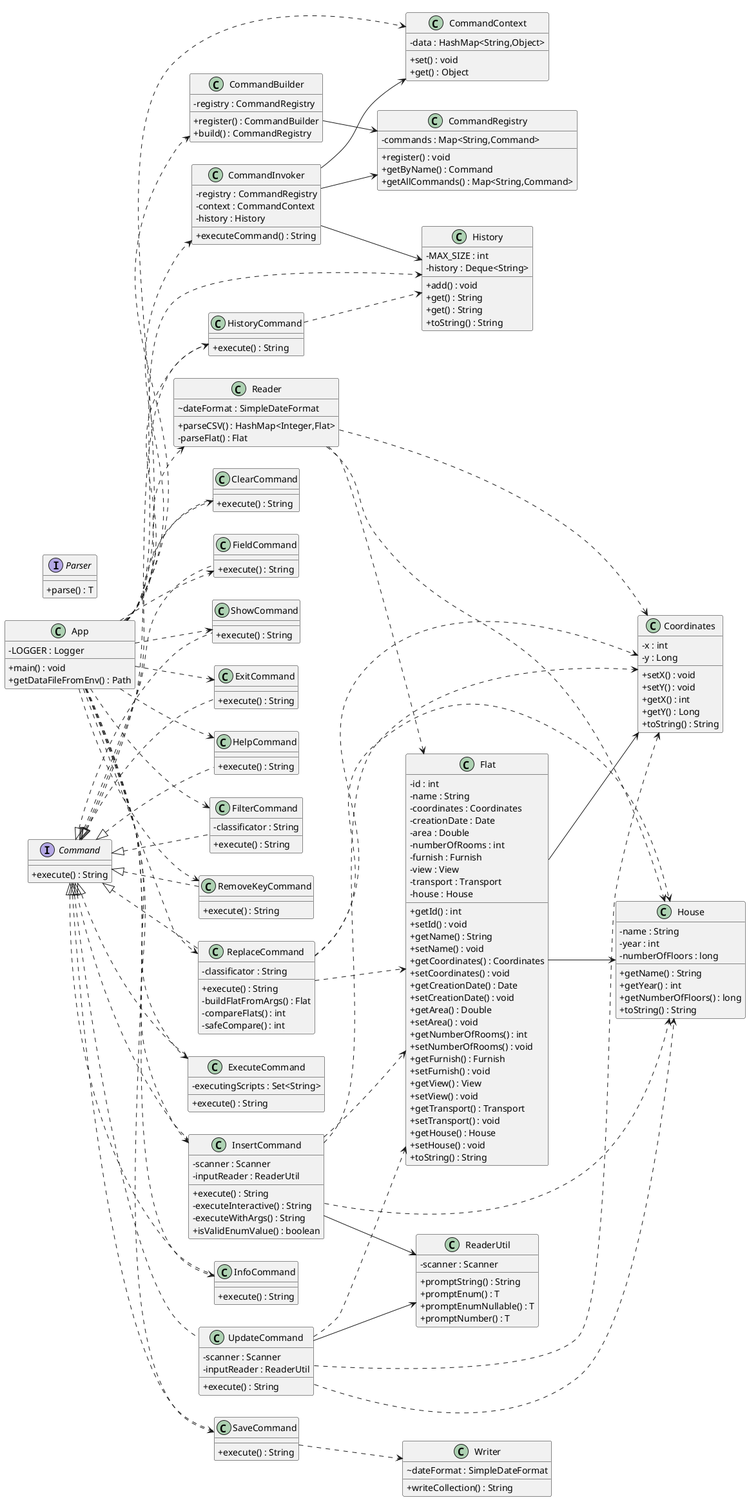
Before: UML.png, a diagram exported from PlantUML (ZueffC/lab5-itmo). Its diagram source:
```plantuml
@startuml
left to right direction
skinparam classAttributeIconSize 0

class App {
  - LOGGER : Logger
  + main() : void
  + getDataFileFromEnv() : Path
}
class CommandContext {
  - data : HashMap<String,Object>
  + set() : void
  + get() : Object
}
class FilterCommand {
  - classificator : String
  + execute() : String
}
Command <|.. FilterCommand
class RemoveKeyCommand {
  + execute() : String
}
Command <|.. RemoveKeyCommand
class Reader {
  ~ dateFormat : SimpleDateFormat
  + parseCSV() : HashMap<Integer,Flat>
  - parseFlat() : Flat
}
class ReaderUtil {
  - scanner : Scanner
  + promptString() : String
  + promptEnum() : T
  + promptEnumNullable() : T
  + promptNumber() : T
}
class History {
  - MAX_SIZE : int
  - history : Deque<String>
  + add() : void
  + get() : String
  + get() : String
  + toString() : String
}
class CommandInvoker {
  - registry : CommandRegistry
  - context : CommandContext
  - history : History
  + executeCommand() : String
}
CommandInvoker --> CommandRegistry
CommandInvoker --> CommandContext
CommandInvoker --> History
class SaveCommand {
  + execute() : String
}
Command <|.. SaveCommand
class InfoCommand {
  + execute() : String
}
Command <|.. InfoCommand
class ClearCommand {
  + execute() : String
}
Command <|.. ClearCommand
class ShowCommand {
  + execute() : String
}
Command <|.. ShowCommand
class FieldCommand {
  + execute() : String
}
Command <|.. FieldCommand
class HistoryCommand {
  + execute() : String
}
Command <|.. HistoryCommand
class CommandRegistry {
  - commands : Map<String,Command>
  + register() : void
  + getByName() : Command
  + getAllCommands() : Map<String,Command>
}
class ExitCommand {
  + execute() : String
}
Command <|.. ExitCommand
class HelpCommand {
  + execute() : String
}
Command <|.. HelpCommand
class Coordinates {
  - x : int
  - y : Long
  + setX() : void
  + setY() : void
  + getX() : int
  + getY() : Long
  + toString() : String
}
class House {
  - name : String
  - year : int
  - numberOfFloors : long
  + getName() : String
  + getYear() : int
  + getNumberOfFloors() : long
  + toString() : String
}
interface Parser {
  + parse() : T
}
interface Command {
  + execute() : String
}
class ExecuteCommand {
  - executingScripts : Set<String>
  + execute() : String
}
Command <|.. ExecuteCommand
class ReplaceCommand {
  - classificator : String
  + execute() : String
  - buildFlatFromArgs() : Flat
  - compareFlats() : int
  - safeCompare() : int
}
Command <|.. ReplaceCommand
class UpdateCommand {
  - scanner : Scanner
  - inputReader : ReaderUtil
  + execute() : String
}
Command <|.. UpdateCommand
UpdateCommand --> ReaderUtil
class Flat {
  - id : int
  - name : String
  - coordinates : Coordinates
  - creationDate : Date
  - area : Double
  - numberOfRooms : int
  - furnish : Furnish
  - view : View
  - transport : Transport
  - house : House
  + getId() : int
  + setId() : void
  + getName() : String
  + setName() : void
  + getCoordinates() : Coordinates
  + setCoordinates() : void
  + getCreationDate() : Date
  + setCreationDate() : void
  + getArea() : Double
  + setArea() : void
  + getNumberOfRooms() : int
  + setNumberOfRooms() : void
  + getFurnish() : Furnish
  + setFurnish() : void
  + getView() : View
  + setView() : void
  + getTransport() : Transport
  + setTransport() : void
  + getHouse() : House
  + setHouse() : void
  + toString() : String
}
Flat --> Coordinates
Flat --> House
class InsertCommand {
  - scanner : Scanner
  - inputReader : ReaderUtil
  + execute() : String
  - executeInteractive() : String
  - executeWithArgs() : String
  + isValidEnumValue() : boolean
}
Command <|.. InsertCommand
InsertCommand --> ReaderUtil
class CommandBuilder {
  - registry : CommandRegistry
  + register() : CommandBuilder
  + build() : CommandRegistry
}
CommandBuilder --> CommandRegistry
class Writer {
  ~ dateFormat : SimpleDateFormat
  + writeCollection() : String
}
UpdateCommand ..> House
App ..> FilterCommand
Reader ..> House
App ..> FieldCommand
InsertCommand ..> Coordinates
Reader ..> Flat
InsertCommand ..> House
App ..> HelpCommand
App ..> ClearCommand
Reader ..> Coordinates
App ..> ExitCommand
App ..> CommandContext
ReplaceCommand ..> Flat
App ..> CommandBuilder
ReplaceCommand ..> Coordinates
App ..> ReplaceCommand
App ..> RemoveKeyCommand
HistoryCommand ..> History
UpdateCommand ..> Flat
App ..> ShowCommand
ReplaceCommand ..> House
App ..> CommandInvoker
SaveCommand ..> Writer
App ..> ExecuteCommand
App ..> Reader
App ..> History
App ..> InfoCommand
App ..> SaveCommand
App ..> HistoryCommand
App ..> InsertCommand
UpdateCommand ..> Coordinates
InsertCommand ..> Flat
@enduml
```
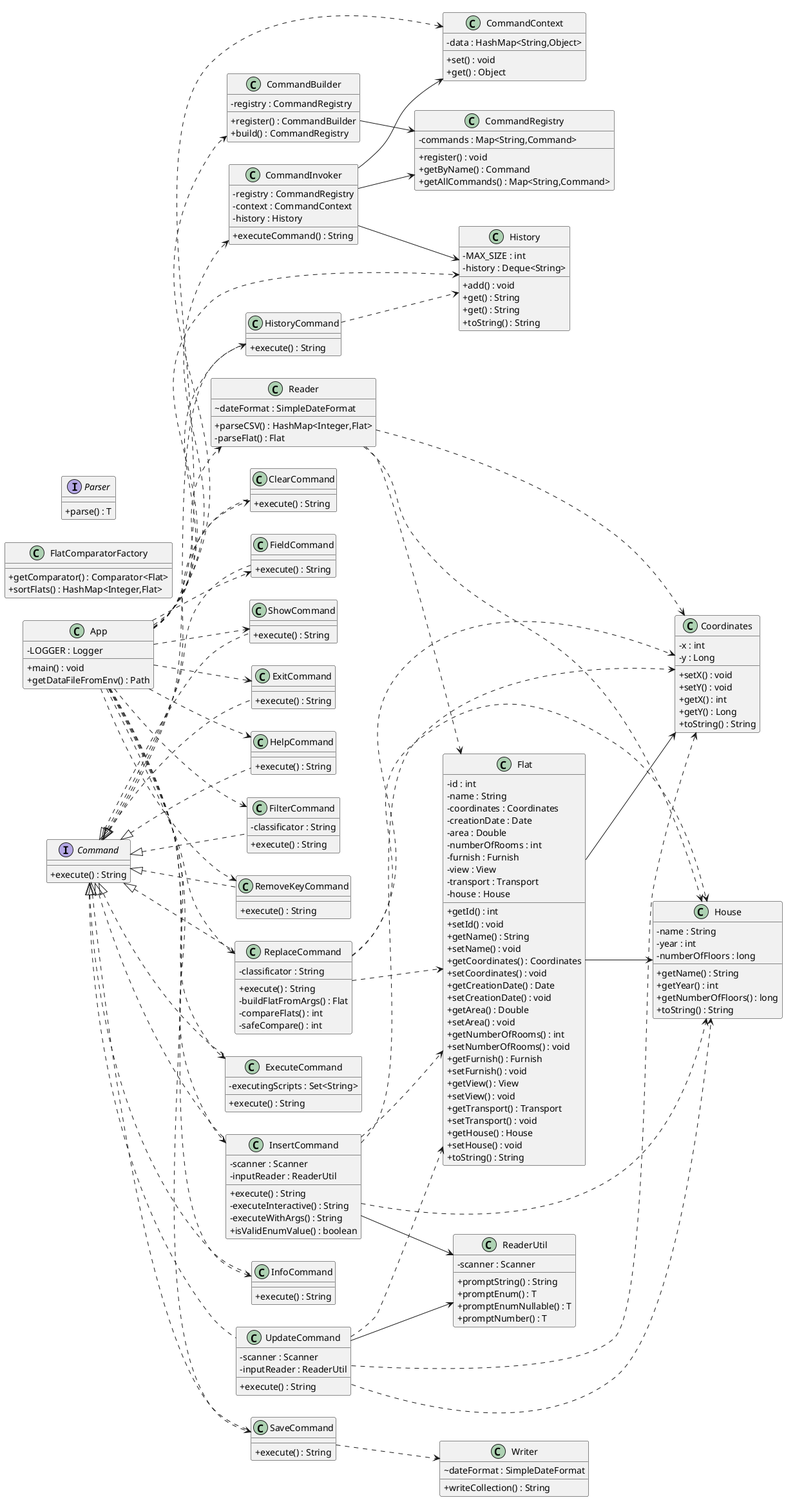
The same file after the commit.

What changed in the source:
```diff
@@ -32,6 +32,10 @@
   + promptEnum() : T
   + promptEnumNullable() : T
   + promptNumber() : T
+}
+class FlatComparatorFactory {
+  + getComparator() : Comparator<Flat>
+  + sortFlats() : HashMap<Integer,Flat>
 }
 class History {
   - MAX_SIZE : int
```
